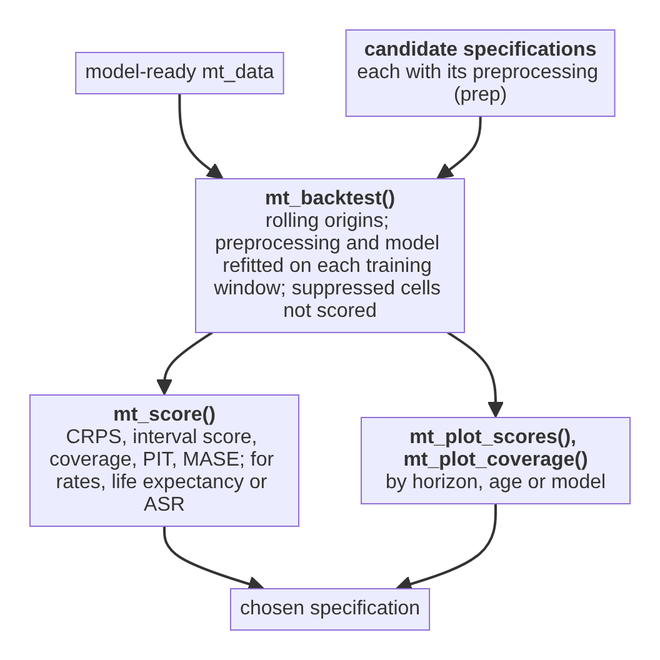
This is vignettes/articles/function-map-choice.png from kalleEF/mortensor, a Mermaid export, as it was before one commit. Its source is kept beside it as dev/diagrams/function-map-choice.mmd. Its diagram source:
```mermaid
flowchart TD
  M["model-ready mt_data"]
  SP["`**candidate specifications**
  each with its preprocessing (prep)`"]
  BT["`**mt_backtest()**
  rolling origins; preprocessing and model refitted on each training window; suppressed cells not scored`"]
  SC["`**mt_score()**
  CRPS, interval score, coverage, PIT, MASE; for rates, life expectancy or ASR`"]
  PL["`**mt_plot_scores(), mt_plot_coverage()**
  by horizon, age or model`"]
  CH["chosen specification"]
  M --> BT
  SP --> BT
  BT --> SC --> CH
  BT --> PL --> CH
```
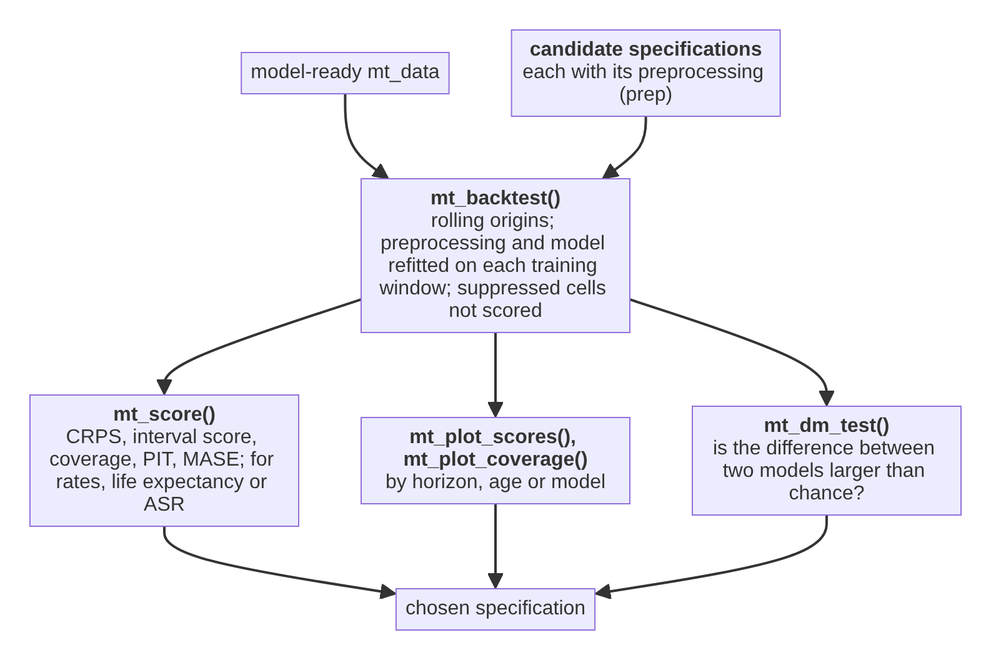
After the commit.

Diff of the diagram source:
```diff
@@ -8,8 +8,11 @@
   CRPS, interval score, coverage, PIT, MASE; for rates, life expectancy or ASR`"]
   PL["`**mt_plot_scores(), mt_plot_coverage()**
   by horizon, age or model`"]
+  DM["`**mt_dm_test()**
+  is the difference between two models larger than chance?`"]
   CH["chosen specification"]
   M --> BT
   SP --> BT
   BT --> SC --> CH
   BT --> PL --> CH
+  BT --> DM --> CH
```
